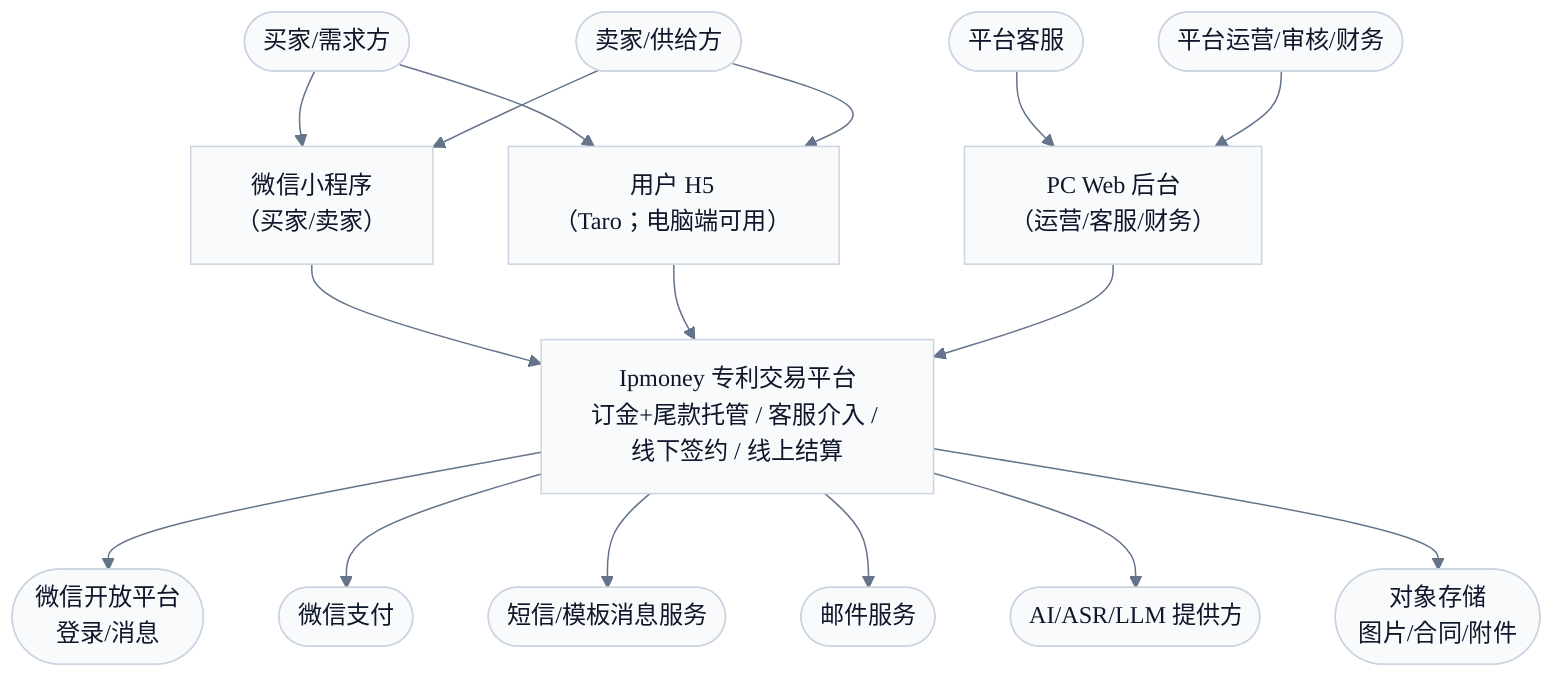
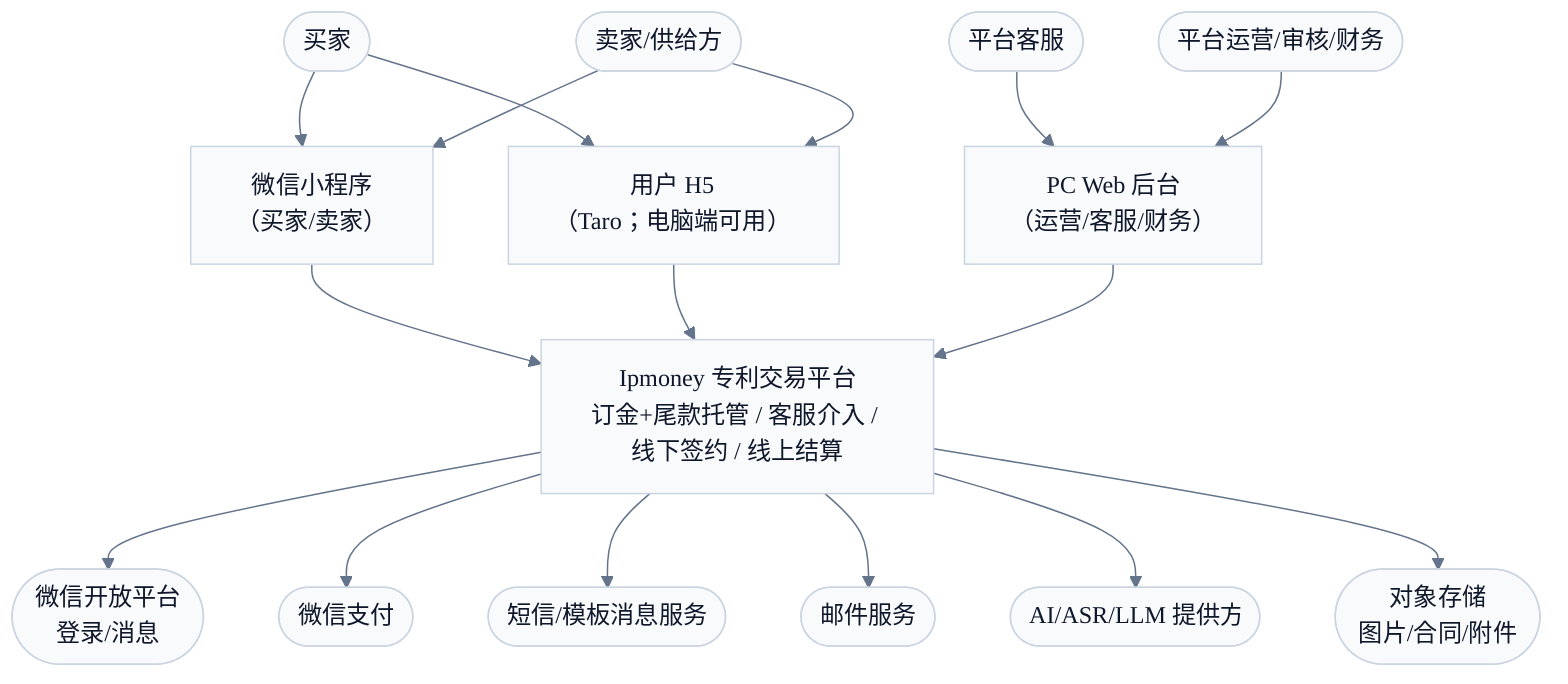
%%{init: {'theme':'base','flowchart': {'htmlLabels': true},'themeVariables': {'fontFamily': 'Inter, Microsoft YaHei, sans-serif','lineColor':'#64748B','primaryTextColor':'#0F172A','primaryBorderColor':'#CBD5E1','primaryColor':'#F8FAFC'}}}%%
flowchart TB
-   Buyer([买家/需求方])
+   Buyer([买家])
  Seller([卖家/供给方])
  CS([平台客服])
  Ops([平台运营/审核/财务])

  MP["微信小程序<br/>（买家/卖家）"]
  H5["用户 H5<br/>（Taro；电脑端可用）"]
  Admin["PC Web 后台<br/>（运营/客服/财务）"]

  System["Ipmoney 专利交易平台<br/>订金+尾款托管 / 客服介入 / 线下签约 / 线上结算"]

  Wx([微信开放平台<br/>登录/消息])
  WxPay([微信支付])
  SMS([短信/模板消息服务])
  Mail([邮件服务])
  AiProvider([AI/ASR/LLM 提供方])
  OSS([对象存储<br/>图片/合同/附件])

  Buyer --> MP
  Buyer --> H5
  Seller --> MP
  Seller --> H5
  CS --> Admin
  Ops --> Admin

  MP --> System
  H5 --> System
  Admin --> System

  System --> Wx
  System --> WxPay
  System --> SMS
  System --> Mail
  System --> AiProvider
  System --> OSS
